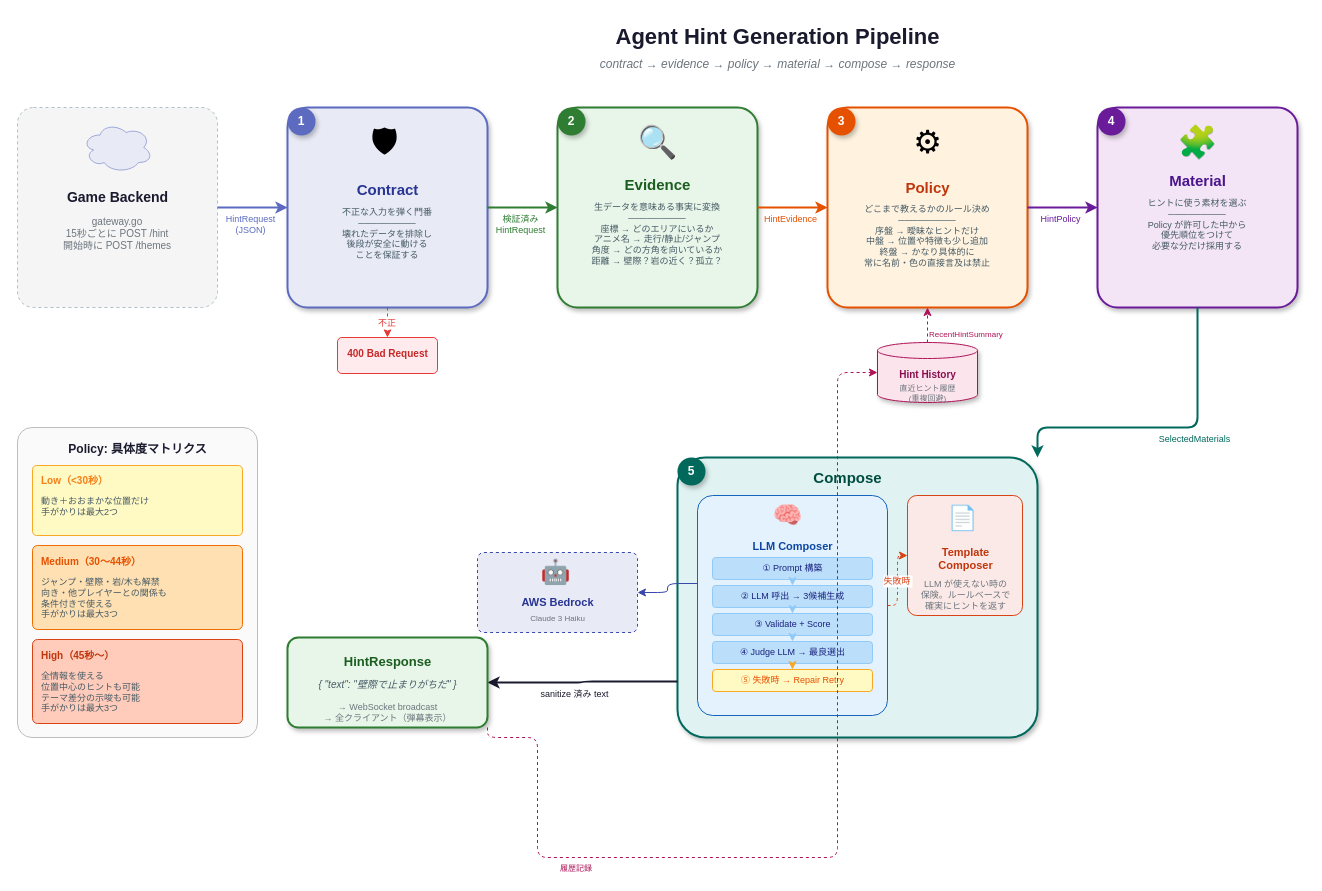
Earlier version of the draw.io diagram docs/agent-pipeline-v2.drawio (NUMaters/MotionDile). Source tidied: cells renumbered, new cells numbered last; positions are measured from the earlier drawing's top-left corner, leaving out a move shared by most shapes. Both pictures are drawn from the tidied source at 100%, with x=0, y=0 at pixel (17, 17).
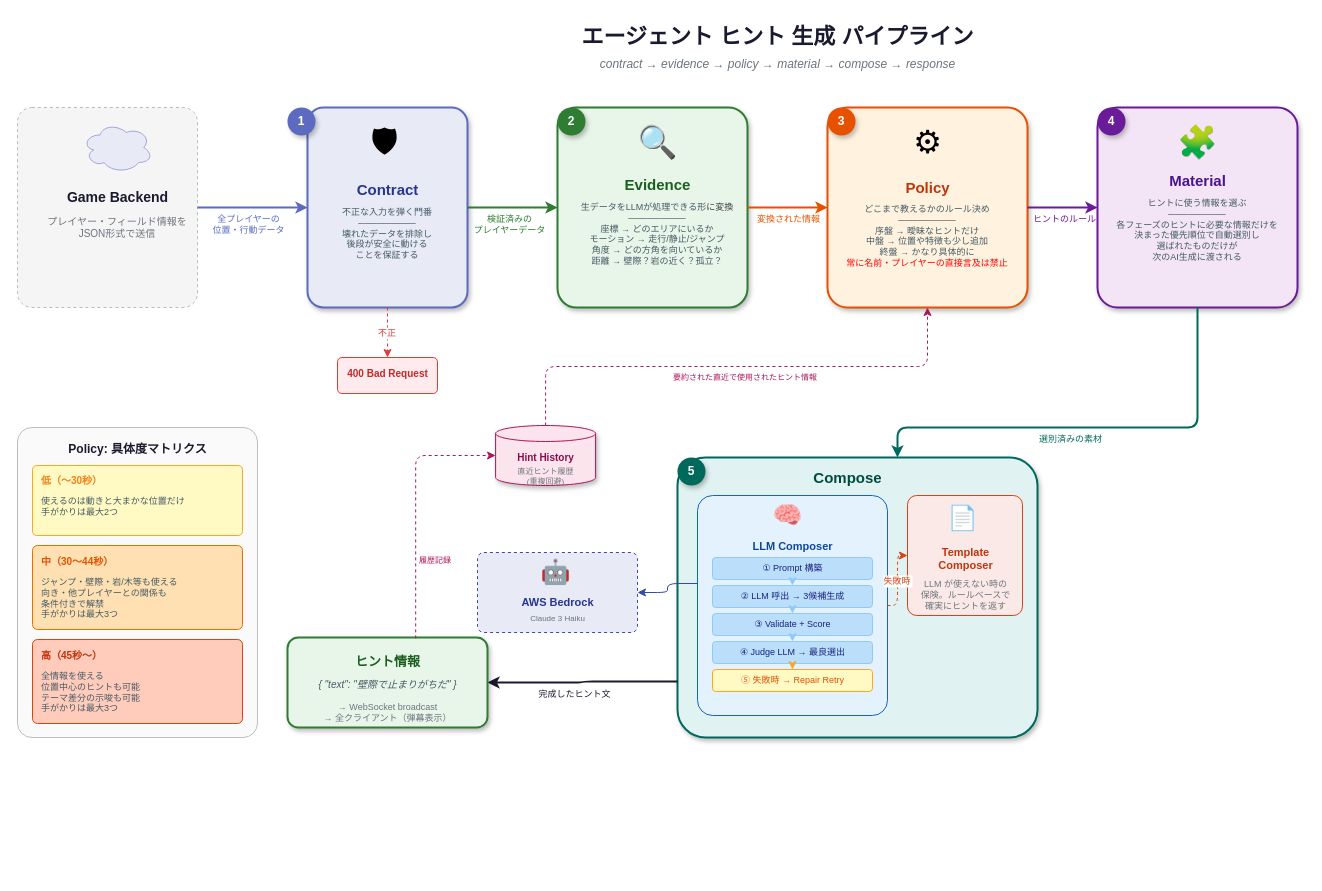
The same diagram, later.

Commit message (it also covers changes not shown here):
パイプライン調節

The change refers to these unchanged cells:
```xml
<mxCell id="8" style="edgeStyle=orthogonalEdgeStyle;rounded=1;jettySize=auto;exitX=1;exitY=0.5;entryX=0;entryY=0.5;strokeColor=#5c6bc0;strokeWidth=2;" parent="1" edge="1" source="4" target="10">
  <mxGeometry relative="1" as="geometry" />
</mxCell>
<mxCell id="15" style="edgeStyle=orthogonalEdgeStyle;rounded=1;jettySize=auto;exitX=1;exitY=0.5;entryX=0;entryY=0.5;strokeColor=#2e7d32;strokeWidth=2;" parent="1" edge="1" source="10" target="20">
  <mxGeometry relative="1" as="geometry" />
</mxCell>
<mxCell id="25" style="edgeStyle=orthogonalEdgeStyle;rounded=1;jettySize=auto;exitX=1;exitY=0.5;entryX=0;entryY=0.5;strokeColor=#e65100;strokeWidth=2;" parent="1" edge="1" source="20" target="27">
  <mxGeometry relative="1" as="geometry" />
</mxCell>
<mxCell id="35" style="edgeStyle=orthogonalEdgeStyle;rounded=1;exitX=0.5;exitY=0;entryX=0.5;entryY=1;strokeColor=#ad1457;strokeWidth=1;dashed=1;" parent="1" edge="1" source="32" target="27">
  <mxGeometry relative="1" as="geometry" />
</mxCell>
<mxCell id="37" style="edgeStyle=orthogonalEdgeStyle;rounded=1;jettySize=auto;exitX=1;exitY=0.5;entryX=0;entryY=0.5;strokeColor=#6a1b9a;strokeWidth=2;" parent="1" edge="1" source="27" target="39">
  <mxGeometry relative="1" as="geometry" />
</mxCell>
<mxCell id="39" style="rounded=1;whiteSpace=wrap;html=1;fillColor=#f3e5f5;strokeColor=#6a1b9a;strokeWidth=2;arcSize=10;shadow=1;" parent="1" vertex="1">
  <mxGeometry x="1080" y="90" width="200" height="200" as="geometry" />
</mxCell>
<mxCell id="46" style="rounded=1;whiteSpace=wrap;html=1;fillColor=#e0f2f1;strokeColor=#00695c;strokeWidth=2;arcSize=10;shadow=1;" parent="1" vertex="1">
  <mxGeometry x="660" y="440" width="360" height="280" as="geometry" />
</mxCell>
<mxCell id="71" style="edgeStyle=orthogonalEdgeStyle;rounded=1;exitX=0;exitY=0.8;entryX=1;entryY=0.5;strokeColor=#1a1a2e;strokeWidth=2;" parent="1" edge="1" source="46" target="73">
  <mxGeometry relative="1" as="geometry" />
</mxCell>
<mxCell id="73" style="rounded=1;whiteSpace=wrap;html=1;fillColor=#e8f5e9;strokeColor=#2e7d32;strokeWidth=2;arcSize=12;shadow=1;" parent="1" vertex="1">
  <mxGeometry x="270" y="620" width="200" height="90" as="geometry" />
</mxCell>
```

Diff of the diagram source:
```diff
@@
-    <mxCell id="2" value="Agent Hint Generation Pipeline" style="text;html=1;fontSize=22;fontStyle=1;fontColor=#1a1a2e;align=center;verticalAlign=middle;" parent="1" vertex="1">
+    <mxCell id="2" value="エージェント ヒント 生成 パイプライン" style="text;html=1;fontSize=22;fontStyle=1;fontColor=#1a1a2e;align=center;verticalAlign=middle;" parent="1" vertex="1">
       <mxGeometry x="360" width="800" height="40" as="geometry" />
     </mxCell>
@@
     <mxCell id="4" style="rounded=1;whiteSpace=wrap;html=1;fillColor=#f5f5f5;strokeColor=#b0bec5;strokeWidth=1;dashed=1;arcSize=8;" parent="1" vertex="1">
-      <mxGeometry y="90" width="200" height="200" as="geometry" />
+      <mxGeometry y="90" width="180" height="200" as="geometry" />
     </mxCell>
@@
-    <mxCell id="7" value="gateway.go&#10;15秒ごとに POST /hint&#10;開始時に POST /themes" style="text;html=1;fontSize=10;fontColor=#6c757d;align=center;whiteSpace=wrap;" parent="1" vertex="1">
+    <mxCell id="7" value="プレイヤー・フィールド情報を&lt;div&gt;JSON形式で送信&lt;/div&gt;" style="text;html=1;fontSize=10;fontColor=#6c757d;align=center;whiteSpace=wrap;" parent="1" vertex="1">
       <mxGeometry x="15" y="192" width="170" height="50" as="geometry" />
     </mxCell>
@@
-    <mxCell id="9" value="HintRequest&#10;(JSON)" style="edgeLabel;html=1;fontSize=9;fontColor=#5c6bc0;align=center;" parent="8" vertex="1">
+    <mxCell id="9" value="全プレイヤーの&#10;位置・行動データ" style="edgeLabel;html=1;fontSize=9;fontColor=#5c6bc0;align=center;" parent="8" vertex="1">
       <mxGeometry x="-0.1" relative="1" as="geometry" />
     </mxCell>
     <mxCell id="10" style="rounded=1;whiteSpace=wrap;html=1;fillColor=#e8eaf6;strokeColor=#5c6bc0;strokeWidth=2;arcSize=10;shadow=1;" parent="1" vertex="1">
-      <mxGeometry x="270" y="90" width="200" height="200" as="geometry" />
+      <mxGeometry x="290" y="90" width="160" height="200" as="geometry" />
     </mxCell>
@@
-    <mxCell id="16" value="検証済み&#10;HintRequest" style="edgeLabel;html=1;fontSize=9;fontColor=#2e7d32;align=center;" parent="15" vertex="1">
+    <mxCell id="16" value="検証済みの&#10;プレイヤーデータ" style="edgeLabel;html=1;fontSize=9;fontColor=#2e7d32;align=center;" parent="15" vertex="1">
       <mxGeometry x="-0.1" relative="1" as="geometry" />
     </mxCell>
     <mxCell id="17" style="rounded=1;whiteSpace=wrap;html=1;fillColor=#ffebee;strokeColor=#e53935;strokeWidth=1;arcSize=12;" parent="1" vertex="1">
-      <mxGeometry x="320" y="320" width="100" height="36" as="geometry" />
+      <mxGeometry x="320" y="340" width="100" height="36" as="geometry" />
     </mxCell>
     <mxCell id="18" value="400 Bad Request" style="text;html=1;fontSize=10;fontStyle=1;fontColor=#c62828;align=center;" parent="1" vertex="1">
-      <mxGeometry x="320" y="324" width="100" height="28" as="geometry" />
+      <mxGeometry x="320" y="344" width="100" height="28" as="geometry" />
     </mxCell>
@@
     <mxCell id="20" style="rounded=1;whiteSpace=wrap;html=1;fillColor=#e8f5e9;strokeColor=#2e7d32;strokeWidth=2;arcSize=10;shadow=1;" parent="1" vertex="1">
-      <mxGeometry x="540" y="90" width="200" height="200" as="geometry" />
+      <mxGeometry x="540" y="90" width="190" height="200" as="geometry" />
     </mxCell>
@@
-    <mxCell id="24" value="生データを意味ある事実に変換&#10;─────────&#10;座標 → どのエリアにいるか&#10;アニメ名 → 走行/静止/ジャンプ&#10;角度 → どの方角を向いているか&#10;距離 → 壁際？岩の近く？孤立？" style="text;html=1;fontSize=9;fontColor=#455a64;align=center;whiteSpace=wrap;" parent="1" vertex="1">
+    <mxCell id="24" value="生データをLLMが処理できる形&lt;span style=&quot;color: rgb(63, 63, 63); background-color: transparent;&quot;&gt;に変換&lt;/span&gt;&lt;div&gt;─────────&lt;br&gt;座標 → どのエリアにいるか&lt;br&gt;モーション → 走行/静止/ジャンプ&lt;br&gt;角度 → どの方角を向いているか&lt;br&gt;距離 → 壁際？岩の近く？孤立？&lt;/div&gt;" style="text;html=1;fontSize=9;fontColor=#455a64;align=center;whiteSpace=wrap;" parent="1" vertex="1">
       <mxGeometry x="550" y="178" width="180" height="95" as="geometry" />
     </mxCell>
@@
-    <mxCell id="26" value="HintEvidence" style="edgeLabel;html=1;fontSize=9;fontColor=#e65100;align=center;" parent="25" vertex="1">
-      <mxGeometry x="-0.1" relative="1" as="geometry" />
+    <mxCell id="26" value="変換された情報" style="edgeLabel;html=1;fontSize=9;fontColor=#e65100;align=center;" parent="25" vertex="1">
+      <mxGeometry x="-0.1" relative="1" as="geometry">
+        <mxPoint x="4" as="offset" />
+      </mxGeometry>
     </mxCell>
@@
-    <mxCell id="31" value="どこまで教えるかのルール決め&#10;─────────&#10;序盤 → 曖昧なヒントだけ&#10;中盤 → 位置や特徴も少し追加&#10;終盤 → かなり具体的に&#10;常に名前・色の直接言及は禁止" style="text;html=1;fontSize=9;fontColor=#455a64;align=center;whiteSpace=wrap;" parent="1" vertex="1">
+    <mxCell id="31" value="どこまで教えるかのルール決め&lt;br&gt;─────────&lt;br&gt;序盤 → 曖昧なヒントだけ&lt;br&gt;中盤 → 位置や特徴も少し追加&lt;br&gt;終盤 → かなり具体的に&lt;br&gt;&lt;font style=&quot;color: rgb(255, 2, 2);&quot;&gt;常に名前・プレイヤーの直接言及は禁止&lt;/font&gt;" style="text;html=1;fontSize=9;fontColor=#455a64;align=center;whiteSpace=wrap;" parent="1" vertex="1">
       <mxGeometry x="820" y="180" width="180" height="95" as="geometry" />
     </mxCell>
     <mxCell id="32" style="shape=cylinder3;size=8;whiteSpace=wrap;html=1;fillColor=#fce4ec;strokeColor=#ad1457;strokeWidth=1;arcSize=10;shadow=1;" parent="1" vertex="1">
-      <mxGeometry x="860" y="325" width="100" height="60" as="geometry" />
+      <mxGeometry x="478.1" y="408" width="100" height="60" as="geometry" />
     </mxCell>
     <mxCell id="33" value="Hint History" style="text;html=1;fontSize=10;fontStyle=1;fontColor=#880e4f;align=center;" parent="1" vertex="1">
-      <mxGeometry x="860" y="345" width="100" height="18" as="geometry" />
+      <mxGeometry x="478.1" y="428" width="100" height="18" as="geometry" />
     </mxCell>
     <mxCell id="34" value="直近ヒント履歴&#10;(重複回避)" style="text;html=1;fontSize=8;fontColor=#6c757d;align=center;" parent="1" vertex="1">
-      <mxGeometry x="860" y="360" width="100" height="24" as="geometry" />
+      <mxGeometry x="478.1" y="443" width="100" height="20.6" as="geometry" />
     </mxCell>
@@
-    <mxCell id="36" value="RecentHintSummary" style="edgeLabel;html=1;fontSize=8;fontColor=#ad1457;" parent="35" vertex="1">
-      <mxGeometry x="0.1" relative="1" as="geometry" />
+    <mxCell id="36" value="要約された直近で使用されたヒント情報" style="edgeLabel;html=1;fontSize=8;fontColor=#ad1457;" parent="35" vertex="1">
+      <mxGeometry x="0.1" relative="1" as="geometry">
+        <mxPoint x="-90" as="offset" />
+      </mxGeometry>
     </mxCell>
@@
-    <mxCell id="38" value="HintPolicy" style="edgeLabel;html=1;fontSize=9;fontColor=#6a1b9a;align=center;" parent="37" vertex="1">
-      <mxGeometry x="-0.1" relative="1" as="geometry" />
+    <mxCell id="38" value="ヒントのルール" style="edgeLabel;html=1;fontSize=9;fontColor=#6a1b9a;align=center;" parent="37" vertex="1">
+      <mxGeometry x="-0.1" relative="1" as="geometry">
+        <mxPoint x="4" as="offset" />
+      </mxGeometry>
     </mxCell>
@@
-    <mxCell id="43" value="ヒントに使う素材を選ぶ&#10;─────────&#10;Policy が許可した中から&#10;優先順位をつけて&#10;必要な分だけ採用する" style="text;html=1;fontSize=9;fontColor=#455a64;align=center;whiteSpace=wrap;" parent="1" vertex="1">
+    <mxCell id="43" value="ヒントに使う情報を選ぶ&lt;br&gt;─────────&lt;br&gt;各フェーズのヒントに必要な情報だけを&lt;br&gt;決まった優先順位で自動選別し&lt;br&gt;選ばれたものだけが&lt;br&gt;次のAI生成に渡される" style="text;html=1;fontSize=9;fontColor=#455a64;align=center;whiteSpace=wrap;" parent="1" vertex="1">
       <mxGeometry x="1090" y="174" width="180" height="95" as="geometry" />
     </mxCell>
     <mxCell id="44" style="edgeStyle=orthogonalEdgeStyle;rounded=1;exitX=0.5;exitY=1;strokeColor=#00695c;strokeWidth=2;" parent="1" edge="1" source="39" target="46">
       <mxGeometry relative="1" as="geometry">
         <Array as="points">
           <mxPoint x="1180" y="410" />
-          <mxPoint x="1020" y="410" />
+          <mxPoint x="880" y="410" />
         </Array>
       </mxGeometry>
     </mxCell>
-    <mxCell id="45" value="SelectedMaterials" style="edgeLabel;html=1;fontSize=9;fontColor=#00695c;align=center;" parent="44" vertex="1">
-      <mxGeometry x="-0.2" relative="1" as="geometry" />
+    <mxCell id="45" value="選別済みの素材" style="edgeLabel;html=1;fontSize=9;fontColor=#00695c;align=center;" parent="44" vertex="1">
+      <mxGeometry x="-0.2" relative="1" as="geometry">
+        <mxPoint x="-68" as="offset" />
+      </mxGeometry>
     </mxCell>
@@
-    <mxCell id="72" value="sanitize 済み text" style="edgeLabel;html=1;fontSize=9;fontColor=#1a1a2e;align=center;" parent="71" vertex="1">
+    <mxCell id="72" value="完成したヒント文" style="edgeLabel;html=1;fontSize=9;fontColor=#1a1a2e;align=center;" parent="71" vertex="1">
       <mxGeometry x="0.1" relative="1" as="geometry" />
     </mxCell>
@@
-    <mxCell id="74" value="HintResponse" style="text;html=1;fontSize=13;fontStyle=1;fontColor=#1b5e20;align=center;" parent="1" vertex="1">
+    <mxCell id="74" value="ヒント情報" style="text;html=1;fontSize=13;fontStyle=1;fontColor=#1b5e20;align=center;" parent="1" vertex="1">
       <mxGeometry x="290" y="630" width="160" height="22" as="geometry" />
     </mxCell>
@@
-    <mxCell id="77" style="edgeStyle=orthogonalEdgeStyle;rounded=1;exitX=1;exitY=1;entryX=0;entryY=0.5;strokeColor=#ad1457;strokeWidth=1;dashed=1;" parent="1" edge="1" source="73" target="32">
+    <mxCell id="77" style="edgeStyle=orthogonalEdgeStyle;rounded=1;exitX=0.641;exitY=0.01;entryX=0;entryY=0.5;strokeColor=#ad1457;strokeWidth=1;dashed=1;exitDx=0;exitDy=0;exitPerimeter=0;" parent="1" edge="1" source="73" target="32">
       <mxGeometry relative="1" as="geometry">
         <Array as="points">
-          <mxPoint x="520" y="720" />
-          <mxPoint x="520" y="840" />
-          <mxPoint x="820" y="840" />
-          <mxPoint x="820" y="355" />
+          <mxPoint x="398" y="438" />
         </Array>
       </mxGeometry>
     </mxCell>
     <mxCell id="78" value="履歴記録" style="edgeLabel;html=1;fontSize=8;fontColor=#ad1457;" parent="77" vertex="1">
-      <mxGeometry x="-0.6" relative="1" as="geometry" />
+      <mxGeometry x="-0.6" relative="1" as="geometry">
+        <mxPoint x="2" y="-36" as="offset" />
+      </mxGeometry>
     </mxCell>
@@
-    <mxCell id="82" value="Low（&lt;30秒）" style="text;html=1;fontSize=10;fontStyle=1;fontColor=#f57f17;align=left;" parent="1" vertex="1">
+    <mxCell id="82" value="低（～30秒）" style="text;html=1;fontSize=10;fontStyle=1;fontColor=#f57f17;align=left;" parent="1" vertex="1">
       <mxGeometry x="22" y="451" width="120" height="18" as="geometry" />
     </mxCell>
-    <mxCell id="83" value="動き＋おおまかな位置だけ&#10;手がかりは最大2つ" style="text;html=1;fontSize=9;fontColor=#455a64;align=left;" parent="1" vertex="1">
+    <mxCell id="83" value="使えるのは動きと大まかな位置だけ&lt;br&gt;手がかりは最大2つ" style="text;html=1;fontSize=9;fontColor=#455a64;align=left;" parent="1" vertex="1">
       <mxGeometry x="22" y="472" width="195" height="38" as="geometry" />
     </mxCell>
@@
-    <mxCell id="85" value="Medium（30〜44秒）" style="text;html=1;fontSize=10;fontStyle=1;fontColor=#e65100;align=left;" parent="1" vertex="1">
+    <mxCell id="85" value="中（30〜44秒）" style="text;html=1;fontSize=10;fontStyle=1;fontColor=#e65100;align=left;" parent="1" vertex="1">
       <mxGeometry x="22" y="532" width="160" height="18" as="geometry" />
     </mxCell>
-    <mxCell id="86" value="ジャンプ・壁際・岩/木も解禁&#10;向き・他プレイヤーとの関係も&#10;条件付きで使える&#10;手がかりは最大3つ" style="text;html=1;fontSize=9;fontColor=#455a64;align=left;" parent="1" vertex="1">
+    <mxCell id="86" value="ジャンプ・壁際・岩/木等も使える&lt;br&gt;向き・他プレイヤーとの関係も&lt;br&gt;条件付きで解禁&lt;br&gt;手がかりは最大3つ" style="text;html=1;fontSize=9;fontColor=#455a64;align=left;" parent="1" vertex="1">
       <mxGeometry x="22" y="553" width="195" height="52" as="geometry" />
     </mxCell>
@@
-    <mxCell id="88" value="High（45秒〜）" style="text;html=1;fontSize=10;fontStyle=1;fontColor=#bf360c;align=left;" parent="1" vertex="1">
+    <mxCell id="88" value="高（45秒〜）" style="text;html=1;fontSize=10;fontStyle=1;fontColor=#bf360c;align=left;" parent="1" vertex="1">
       <mxGeometry x="22" y="626" width="120" height="18" as="geometry" />
     </mxCell>
-    <mxCell id="89" value="全情報を使える&#10;位置中心のヒントも可能&#10;テーマ差分の示唆も可能&#10;手がかりは最大3つ" style="text;html=1;fontSize=9;fontColor=#455a64;align=left;" parent="1" vertex="1">
+    <mxCell id="89" value="全情報を使える&lt;br&gt;位置中心のヒントも可能&lt;br&gt;テーマ差分の示唆も可能&lt;br&gt;手がかりは最大3つ" style="text;html=1;fontSize=9;fontColor=#455a64;align=left;" parent="1" vertex="1">
       <mxGeometry x="22" y="647" width="195" height="52" as="geometry" />
     </mxCell>
```
